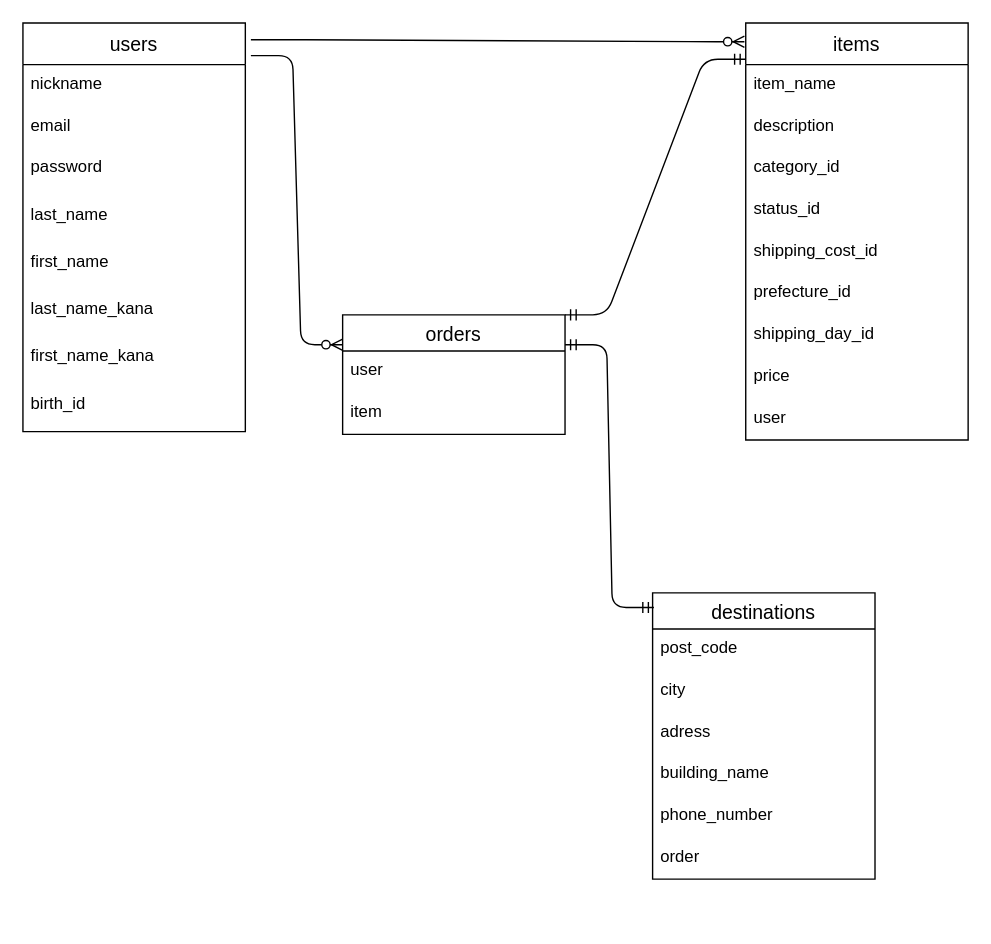
mikiyaaa/furima-33973 keeps this draw.io diagram as furima.dio. Above is the earlier version. Source tidied: cells renumbered, new cells numbered last; positions are measured from the earlier drawing's top-left corner, leaving out a move shared by most shapes. Both pictures are drawn from the tidied source at 139%, with x=0, y=0 at pixel (22, 22).
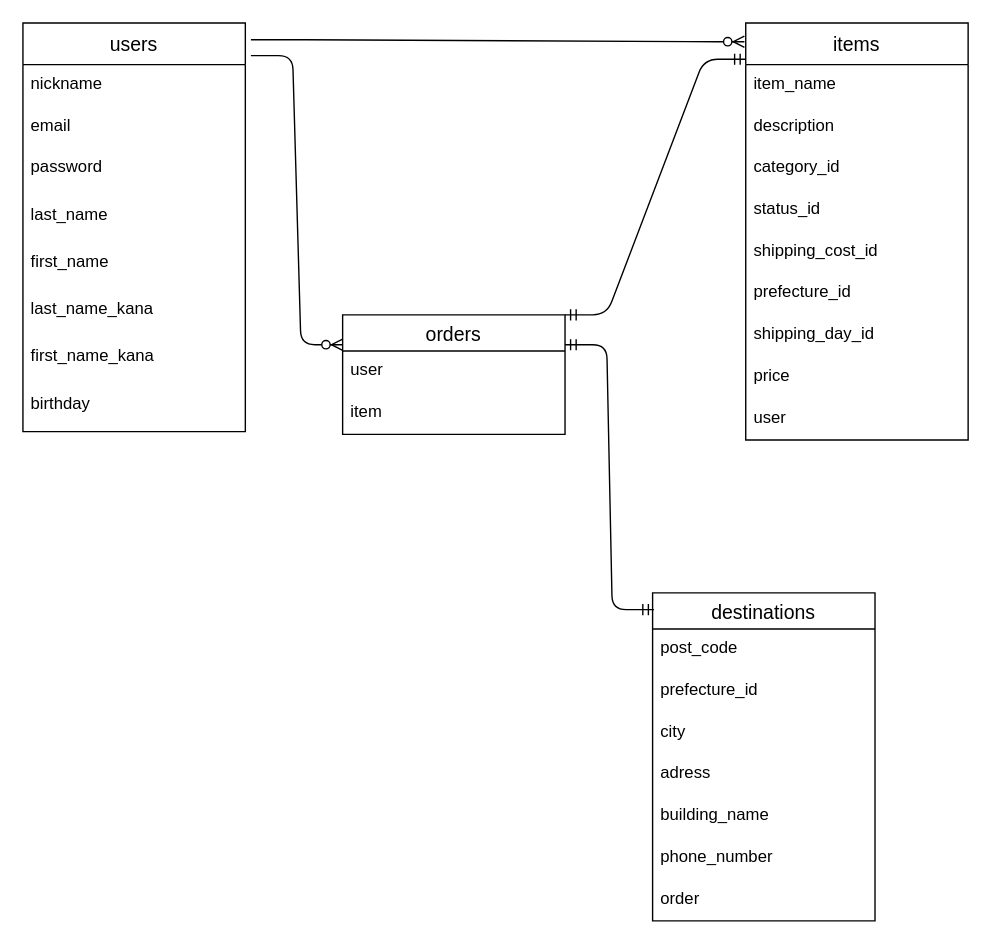
After the change.

Commit message (it also covers changes not shown here):
データベース再々修正

The change refers to these unchanged cells:
```xml
<mxCell id="2" value="users" style="swimlane;fontStyle=0;horizontal=1;startSize=30;align=center;fontSize=14;" parent="1" vertex="1">
  <mxGeometry width="160" height="294" as="geometry" />
</mxCell>
```

Diff of the diagram source:
```diff
@@
-    <mxCell id="10" value="birth_id" style="text;strokeColor=none;fillColor=none;spacingLeft=4;spacingRight=4;overflow=hidden;fontSize=12;" parent="2" vertex="1">
+    <mxCell id="10" value="birthday" style="text;strokeColor=none;fillColor=none;spacingLeft=4;spacingRight=4;overflow=hidden;fontSize=12;" parent="2" vertex="1">
       <mxGeometry y="260" width="160" height="34" as="geometry" />
     </mxCell>
@@
     <mxCell id="22" value="destinations" style="swimlane;fontStyle=0;horizontal=1;startSize=26;align=center;fontSize=14;" parent="1" vertex="1">
-      <mxGeometry x="453" y="410" width="160" height="206" as="geometry" />
+      <mxGeometry x="453" y="410" width="160" height="236" as="geometry" />
     </mxCell>
@@
+    <mxCell id="35" value="prefecture_id" style="text;strokeColor=none;fillColor=none;spacingLeft=4;spacingRight=4;overflow=hidden;fontSize=12;" parent="22" vertex="1">
+      <mxGeometry y="56" width="160" height="30" as="geometry" />
+    </mxCell>
     <mxCell id="24" value="city" style="text;strokeColor=none;fillColor=none;spacingLeft=4;spacingRight=4;overflow=hidden;fontSize=12;" parent="22" vertex="1">
-      <mxGeometry y="56" width="160" height="30" as="geometry" />
+      <mxGeometry y="86" width="160" height="30" as="geometry" />
     </mxCell>
     <mxCell id="25" value="adress" style="text;strokeColor=none;fillColor=none;spacingLeft=4;spacingRight=4;overflow=hidden;fontSize=12;" parent="22" vertex="1">
-      <mxGeometry y="86" width="160" height="30" as="geometry" />
+      <mxGeometry y="116" width="160" height="30" as="geometry" />
     </mxCell>
     <mxCell id="26" value="building_name" style="text;strokeColor=none;fillColor=none;spacingLeft=4;spacingRight=4;overflow=hidden;fontSize=12;" parent="22" vertex="1">
-      <mxGeometry y="116" width="160" height="30" as="geometry" />
+      <mxGeometry y="146" width="160" height="30" as="geometry" />
     </mxCell>
     <mxCell id="27" value="phone_number" style="text;strokeColor=none;fillColor=none;spacingLeft=4;spacingRight=4;overflow=hidden;fontSize=12;" parent="22" vertex="1">
-      <mxGeometry y="146" width="160" height="30" as="geometry" />
+      <mxGeometry y="176" width="160" height="30" as="geometry" />
     </mxCell>
     <mxCell id="28" value="order" style="text;strokeColor=none;fillColor=none;spacingLeft=4;spacingRight=4;overflow=hidden;fontSize=12;" parent="22" vertex="1">
-      <mxGeometry y="176" width="160" height="30" as="geometry" />
+      <mxGeometry y="206" width="160" height="30" as="geometry" />
     </mxCell>
```
